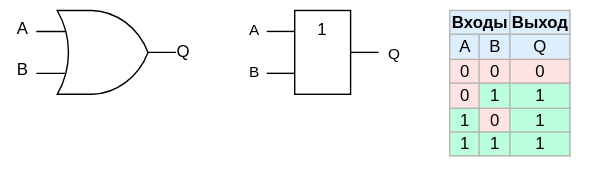
Above: .pic/Introduction/How FPGA works/fig_02.drawio.svg in MPSU/APS (draw.io), before the change. Source tidied: cells renumbered, new cells last; positions are measured from the earlier drawing's top-left corner, leaving out a move shared by most shapes.
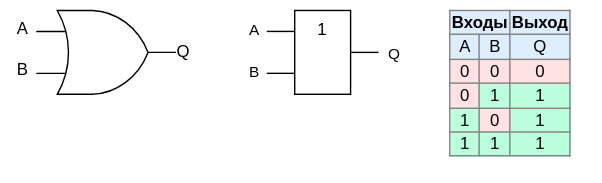
Later version of the same file.

The edit, as a diff of the source:
```diff
@@ -47,7 +47,7 @@
     <mxCell id="12" value="1" style="rounded=0;whiteSpace=wrap;html=1;horizontal=1;verticalAlign=top;" parent="1" vertex="1">
       <mxGeometry x="210" y="7" width="40" height="60" as="geometry" />
     </mxCell>
-    <mxCell id="13" value="&lt;table border=&quot;1&quot; class=&quot;wikitable&quot; style=&quot;float: right; text-align: center; border: 1px solid rgb(179, 179, 179); border-collapse: collapse;&quot;&gt;&lt;tbody&gt;&lt;tr style=&quot;background:#def;&quot;&gt;&lt;td colspan=&quot;2&quot;&gt;&lt;b&gt;Входы&lt;/b&gt;&lt;/td&gt;&lt;td&gt;&lt;b&gt;Выход&lt;/b&gt;&lt;br&gt;&lt;/td&gt;&lt;/tr&gt;&lt;tr style=&quot;background:#def;&quot;&gt;&lt;td&gt;A&lt;/td&gt;&lt;td&gt;B&lt;/td&gt;&lt;td&gt;Q&lt;br&gt;&lt;/td&gt;&lt;/tr&gt;&lt;tr&gt;&lt;td style=&quot;background: #FFE3E3; color: black; vertical-align: middle; text-align: center;&quot; class=&quot;table-no2&quot;&gt;0&lt;/td&gt;&lt;td style=&quot;background: #FFE3E3; color: black; vertical-align: middle; text-align: center;&quot; class=&quot;table-no2&quot;&gt;0&lt;/td&gt;&lt;td style=&quot;background: #FFE3E3; color: black; vertical-align: middle; text-align: center;&quot; class=&quot;table-no2&quot;&gt;0&lt;br&gt;&lt;/td&gt;&lt;/tr&gt;&lt;tr&gt;&lt;td style=&quot;background: #FFE3E3; color: black; vertical-align: middle; text-align: center;&quot; class=&quot;table-no2&quot;&gt;0&lt;/td&gt;&lt;td style=&quot;background:#bfd; color:black; vertical-align:middle; text-align:center;&quot; class=&quot;table-yes2&quot;&gt;1&lt;/td&gt;&lt;td border=&quot;1&quot; style=&quot;background: rgb(187, 255, 221); color: black; vertical-align: middle; text-align: center; border-collapse: collapse;&quot; class=&quot;table-no2&quot;&gt;&lt;span style=&quot;&quot;&gt;1&lt;/span&gt;&lt;br&gt;&lt;/td&gt;&lt;/tr&gt;&lt;tr&gt;&lt;td style=&quot;background:#bfd; color:black; vertical-align:middle; text-align:center;&quot; class=&quot;table-yes2&quot;&gt;1&lt;/td&gt;&lt;td style=&quot;background: #FFE3E3; color: black; vertical-align: middle; text-align: center;&quot; class=&quot;table-no2&quot;&gt;0&lt;/td&gt;&lt;td style=&quot;background: rgb(187, 255, 221); color: black; vertical-align: middle; text-align: center;&quot; class=&quot;table-no2&quot;&gt;1&lt;br&gt;&lt;/td&gt;&lt;/tr&gt;&lt;tr&gt;&lt;td style=&quot;background:#bfd; color:black; vertical-align:middle; text-align:center;&quot; class=&quot;table-yes2&quot;&gt;1&lt;/td&gt;&lt;td style=&quot;background:#bfd; color:black; vertical-align:middle; text-align:center;&quot; class=&quot;table-yes2&quot;&gt;1&lt;/td&gt;&lt;td style=&quot;background: rgb(187, 255, 221); color: black; vertical-align: middle; text-align: center;&quot; class=&quot;table-yes2&quot;&gt;1&lt;br&gt;&lt;/td&gt;&lt;/tr&gt;&lt;/tbody&gt;&lt;/table&gt;" style="text;whiteSpace=wrap;html=1;strokeColor=none;" parent="1" vertex="1">
+    <mxCell id="13" value="&lt;table border=&quot;1&quot; class=&quot;wikitable&quot; style=&quot;float: right; text-align: center; border: 1px solid rgb(128, 128, 128); border-collapse: collapse;&quot;&gt;&lt;tbody&gt;&lt;tr style=&quot;background:#def;&quot;&gt;&lt;td colspan=&quot;2&quot; style=&quot;border: 1px solid rgb(128, 128, 128);&quot;&gt;&lt;b&gt;Входы&lt;/b&gt;&lt;/td&gt;&lt;td style=&quot;border: 1px solid rgb(128, 128, 128);&quot;&gt;&lt;b&gt;Выход&lt;/b&gt;&lt;br&gt;&lt;/td&gt;&lt;/tr&gt;&lt;tr style=&quot;background:#def;&quot;&gt;&lt;td style=&quot;border: 1px solid rgb(128, 128, 128);&quot;&gt;A&lt;/td&gt;&lt;td style=&quot;border: 1px solid rgb(128, 128, 128);&quot;&gt;B&lt;/td&gt;&lt;td style=&quot;border: 1px solid rgb(128, 128, 128);&quot;&gt;Q&lt;br&gt;&lt;/td&gt;&lt;/tr&gt;&lt;tr&gt;&lt;td style=&quot;background: #FFE3E3; color: black; vertical-align: middle; text-align: center; border: 1px solid rgb(128, 128, 128);&quot; class=&quot;table-no2&quot;&gt;0&lt;/td&gt;&lt;td style=&quot;background: #FFE3E3; color: black; vertical-align: middle; text-align: center; border: 1px solid rgb(128, 128, 128);&quot; class=&quot;table-no2&quot;&gt;0&lt;/td&gt;&lt;td style=&quot;background: #FFE3E3; color: black; vertical-align: middle; text-align: center; border: 1px solid rgb(128, 128, 128);&quot; class=&quot;table-no2&quot;&gt;0&lt;br&gt;&lt;/td&gt;&lt;/tr&gt;&lt;tr&gt;&lt;td style=&quot;background: #FFE3E3; color: black; vertical-align: middle; text-align: center; border: 1px solid rgb(128, 128, 128);&quot; class=&quot;table-no2&quot;&gt;0&lt;/td&gt;&lt;td style=&quot;background:#bfd; color:black; vertical-align:middle; text-align:center; border: 1px solid rgb(128, 128, 128);&quot; class=&quot;table-yes2&quot;&gt;1&lt;/td&gt;&lt;td border=&quot;1&quot; style=&quot;background: rgb(187, 255, 221); color: black; vertical-align: middle; text-align: center; border-collapse: collapse; border: 1px solid rgb(128, 128, 128);&quot; class=&quot;table-no2&quot;&gt;&lt;span style=&quot;&quot;&gt;1&lt;/span&gt;&lt;br&gt;&lt;/td&gt;&lt;/tr&gt;&lt;tr&gt;&lt;td style=&quot;background:#bfd; color:black; vertical-align:middle; text-align:center; border: 1px solid rgb(128, 128, 128);&quot; class=&quot;table-yes2&quot;&gt;1&lt;/td&gt;&lt;td style=&quot;background: #FFE3E3; color: black; vertical-align: middle; text-align: center; border: 1px solid rgb(128, 128, 128);&quot; class=&quot;table-no2&quot;&gt;0&lt;/td&gt;&lt;td style=&quot;background: rgb(187, 255, 221); color: black; vertical-align: middle; text-align: center; border: 1px solid rgb(128, 128, 128);&quot; class=&quot;table-no2&quot;&gt;1&lt;br&gt;&lt;/td&gt;&lt;/tr&gt;&lt;tr&gt;&lt;td style=&quot;background:#bfd; color:black; vertical-align:middle; text-align:center; border: 1px solid rgb(128, 128, 128);&quot; class=&quot;table-yes2&quot;&gt;1&lt;/td&gt;&lt;td style=&quot;background:#bfd; color:black; vertical-align:middle; text-align:center; border: 1px solid rgb(128, 128, 128);&quot; class=&quot;table-yes2&quot;&gt;1&lt;/td&gt;&lt;td style=&quot;background: rgb(187, 255, 221); color: black; vertical-align: middle; text-align: center; border: 1px solid rgb(128, 128, 128);&quot; class=&quot;table-yes2&quot;&gt;1&lt;br&gt;&lt;/td&gt;&lt;/tr&gt;&lt;/tbody&gt;&lt;/table&gt;" style="text;whiteSpace=wrap;html=1;strokeColor=none;" parent="1" vertex="1">
       <mxGeometry x="319" width="110" height="130" as="geometry" />
     </mxCell>
   </root>
```
